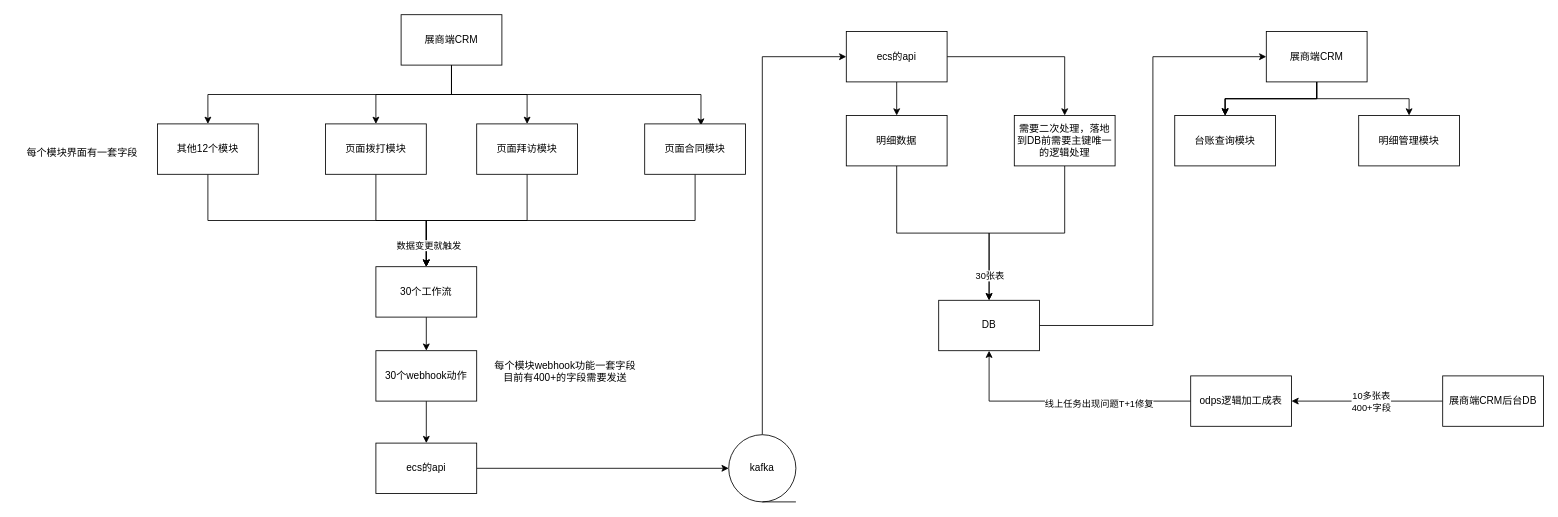
Earlier version of the draw.io diagram 展商端CRM服务描述.drawio (HLSO6/draw). Source tidied: cells renumbered, new cells numbered last; positions are measured from the earlier drawing's top-left corner, leaving out a move shared by most shapes. Both pictures are drawn from the tidied source at 84%, with x=0, y=0 at pixel (14, 14).
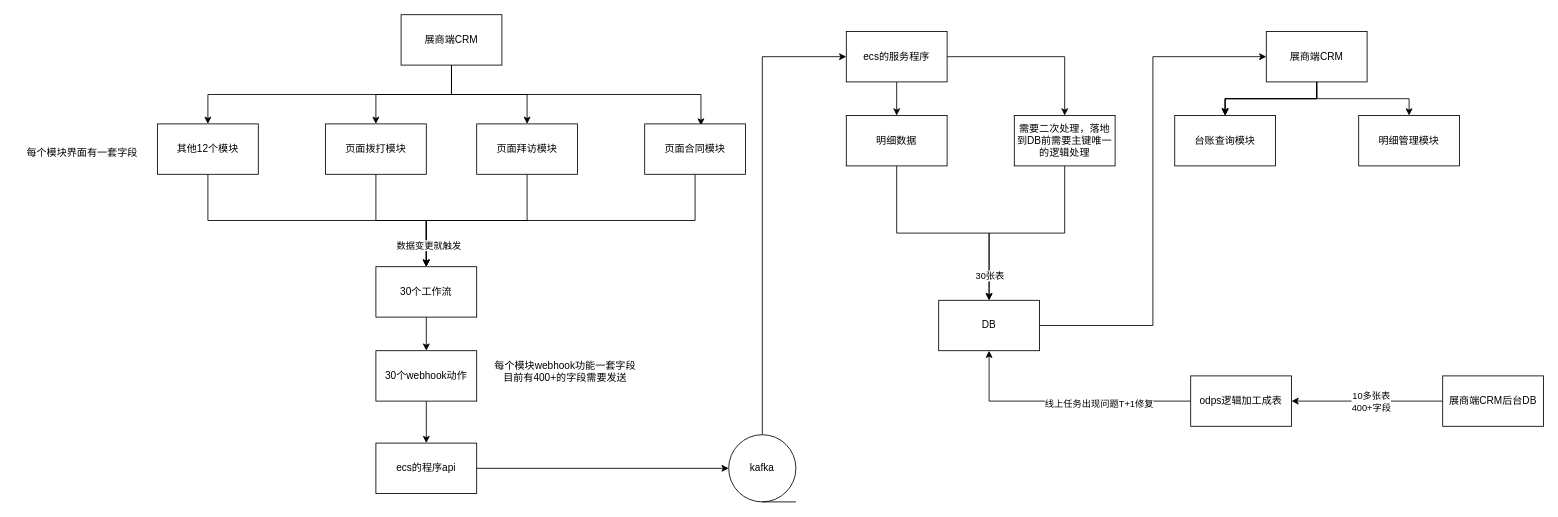
The same page after the edit.

Commit message:
更新展商端CRM服务描述.drawio

Change to the diagram source:
```diff
@@
-    <mxCell id="18" value="ecs的api" style="whiteSpace=wrap;html=1;rounded=0;" parent="1" vertex="1">
+    <mxCell id="18" value="ecs的程序api" style="whiteSpace=wrap;html=1;rounded=0;" parent="1" vertex="1">
       <mxGeometry x="430" y="510" width="120" height="60" as="geometry" />
     </mxCell>
@@
-    <mxCell id="23" value="ecs的api" style="whiteSpace=wrap;html=1;rounded=0;" parent="1" vertex="1">
+    <mxCell id="23" value="ecs的服务程序" style="whiteSpace=wrap;html=1;rounded=0;" parent="1" vertex="1">
       <mxGeometry x="990" y="20" width="120" height="60" as="geometry" />
     </mxCell>
```
